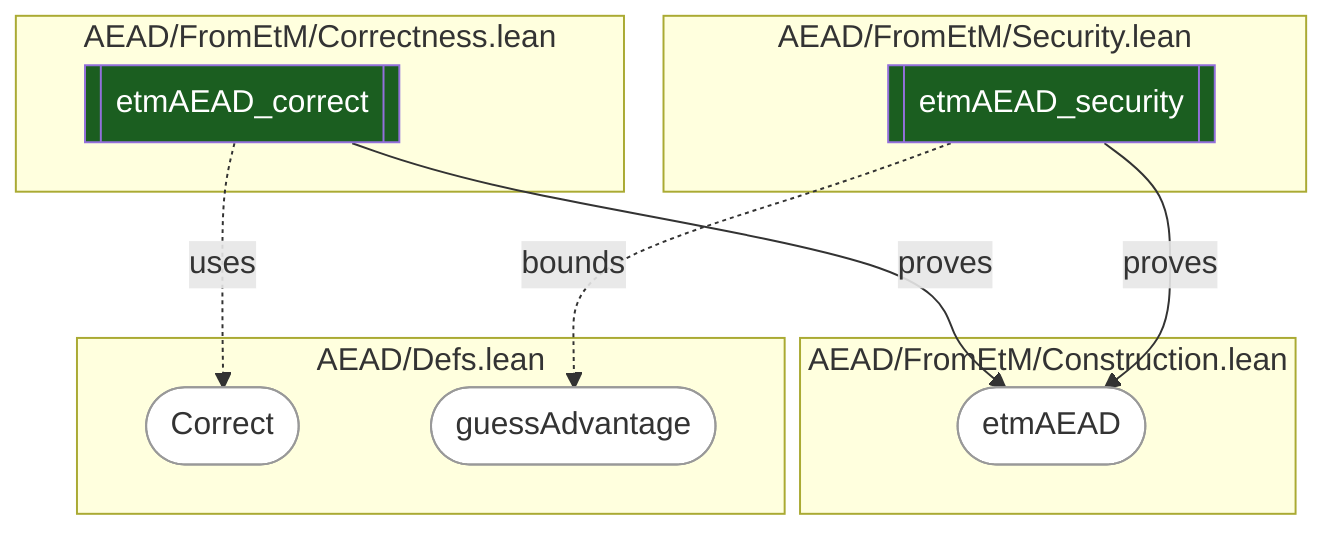
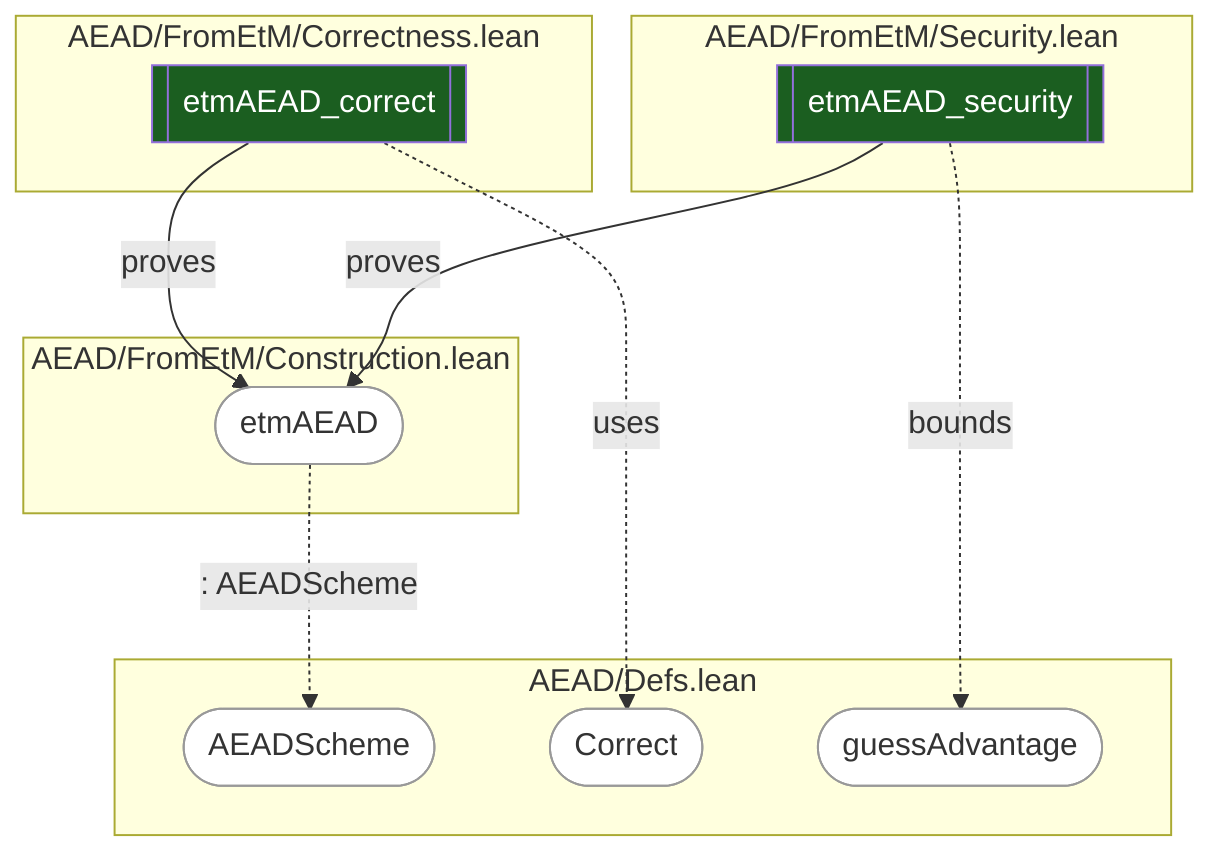
flowchart TD
    subgraph con ["AEAD/FromEtM/Construction.lean"]
        etm(["etmAEAD"]):::white
    end
    subgraph defs ["AEAD/Defs.lean"]
+         scheme(["AEADScheme"]):::white
        correct(["Correct"]):::white
        adv(["guessAdvantage"]):::white
    end
    subgraph corf ["AEAD/FromEtM/Correctness.lean"]
        tcor[["etmAEAD_correct"]]:::darkGreen
    end
    subgraph secf ["AEAD/FromEtM/Security.lean"]
        tsec[["etmAEAD_security"]]:::darkGreen
    end
+     etm -.->|": AEADScheme"| scheme
    tcor -->|proves| etm
    tcor -.->|uses| correct
    tsec -->|proves| etm
    tsec -.->|bounds| adv
    classDef white fill:#fff,color:#333,stroke:#999
    classDef darkGreen fill:#1B5E20,color:#fff
